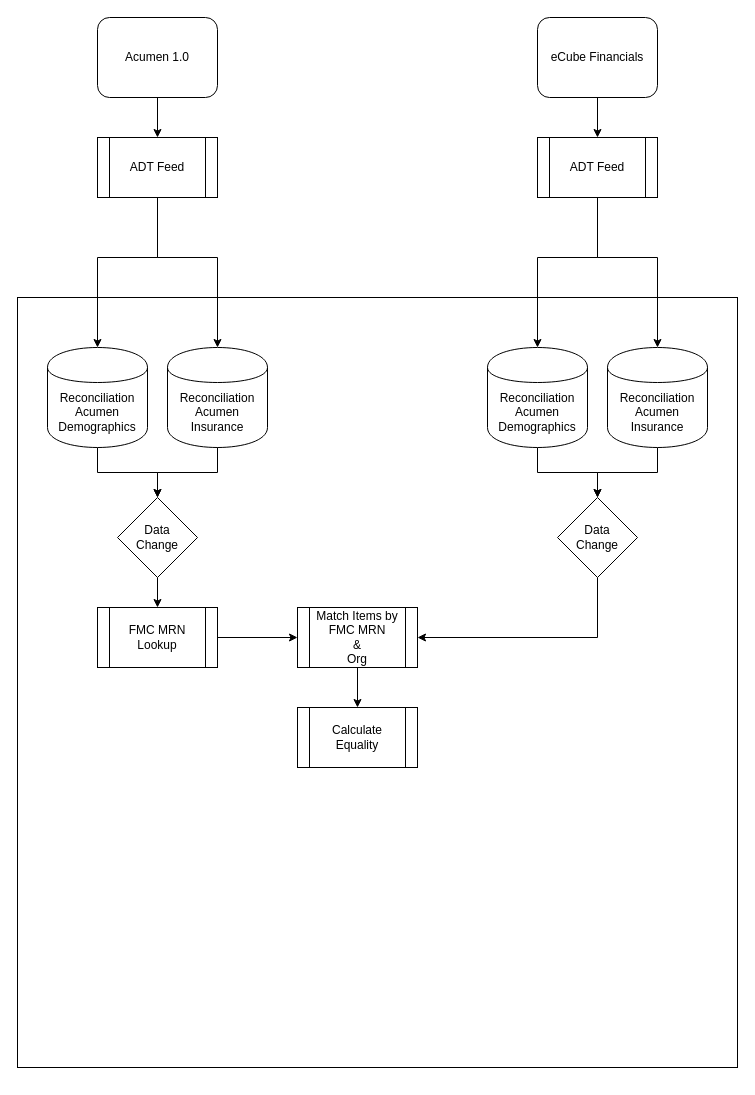
The draw.io diagram page "Current" (1 of 2) of Kiwi.drawio in rgmoore/drawio, before the edit. Source tidied: cells renumbered, new cells numbered last; positions are measured from the earlier drawing's top-left corner, leaving out a move shared by most shapes. Both pictures are drawn from the tidied source at 100%, with x=0, y=0 at pixel (17, 17).
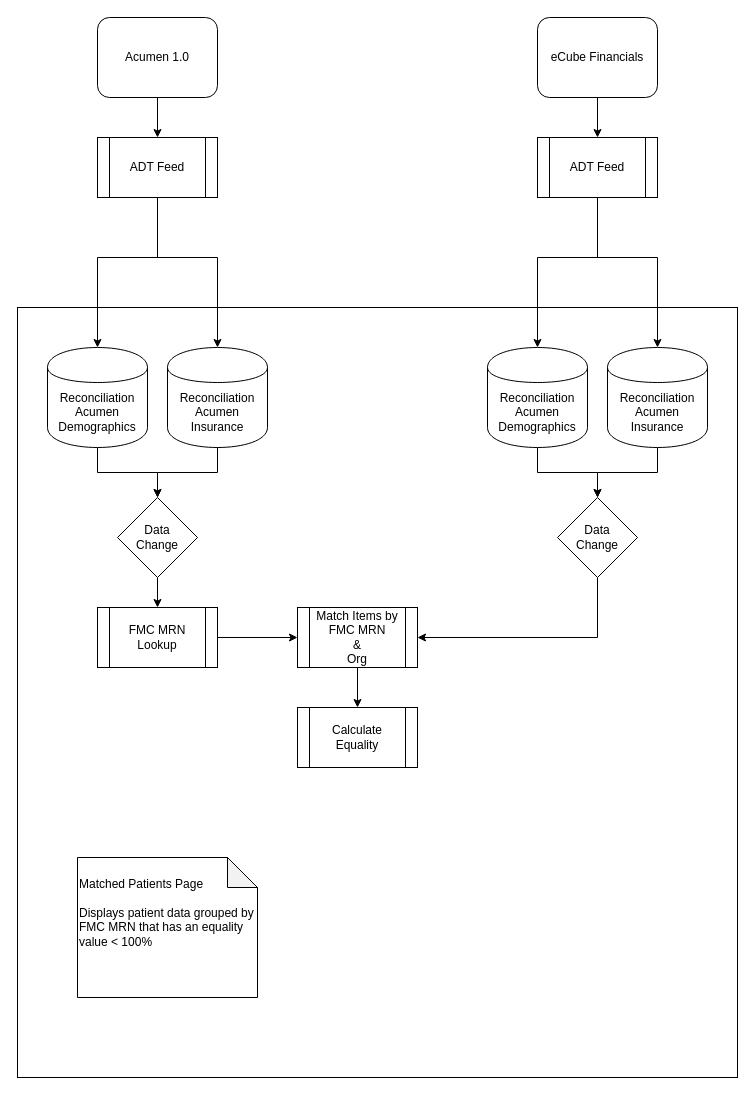
After the change.

Change to the diagram source:
```diff
@@
     <mxCell id="8" style="rounded=0;whiteSpace=wrap;html=1;" parent="1" vertex="1">
-      <mxGeometry y="280" width="720" height="770" as="geometry" />
+      <mxGeometry y="290" width="720" height="770" as="geometry" />
     </mxCell>
@@
+    <mxCell id="30" value="&lt;div&gt;&lt;span&gt;Matched Patients Page&lt;/span&gt;&lt;/div&gt;&lt;div&gt;&lt;span&gt;&lt;br&gt;&lt;/span&gt;&lt;/div&gt;&lt;div&gt;&lt;span&gt;Displays patient data grouped by FMC MRN that has an equality value &amp;lt; 100%&lt;br&gt;&lt;br&gt;&lt;br&gt;&lt;/span&gt;&lt;/div&gt;" style="shape=note;whiteSpace=wrap;html=1;backgroundOutline=1;darkOpacity=0.05;align=left;" parent="1" vertex="1">
+      <mxGeometry x="60" y="840" width="180" height="140" as="geometry" />
+    </mxCell>
```
